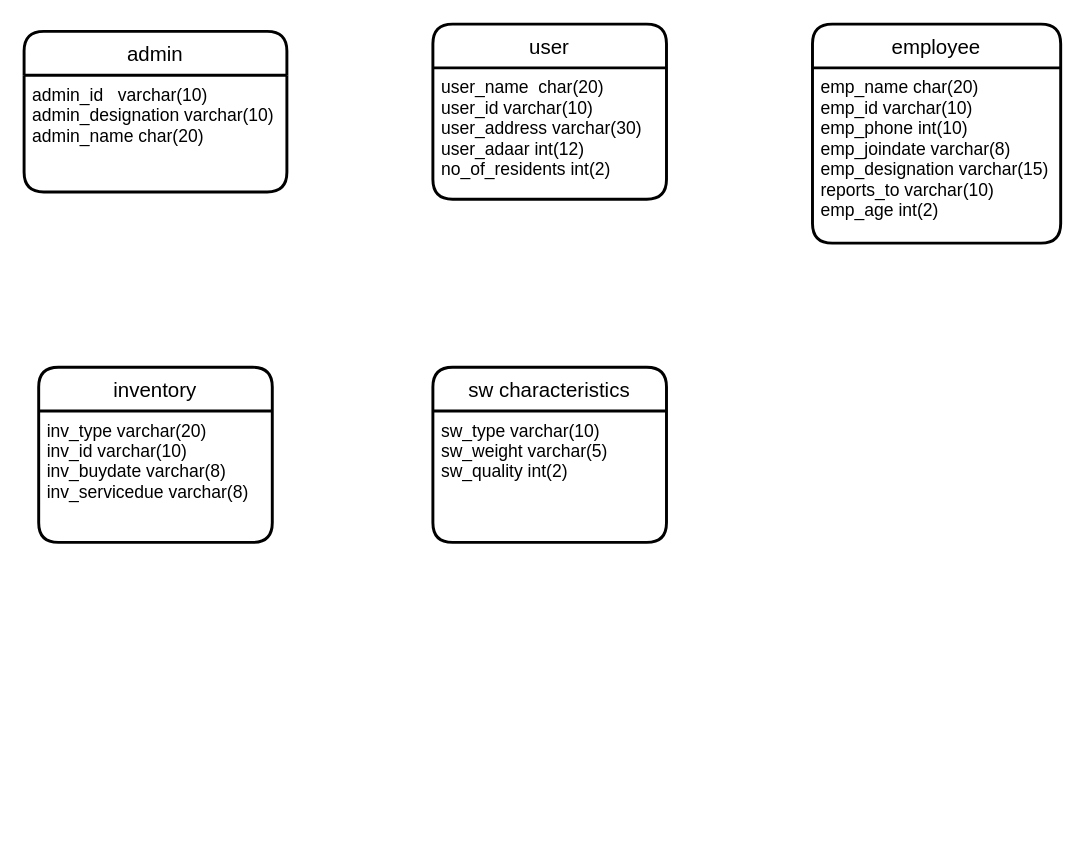
Above: page "Page-2" (2 of 2) of Untitled Diagram.drawio in rahulb275/rahulb275 (draw.io), before the change. Source tidied: cells renumbered, new cells numbered last; positions are measured from the earlier drawing's top-left corner, leaving out a move shared by most shapes. Both pictures are drawn from the tidied source at 146%, with x=0, y=0 at pixel (23, 23).
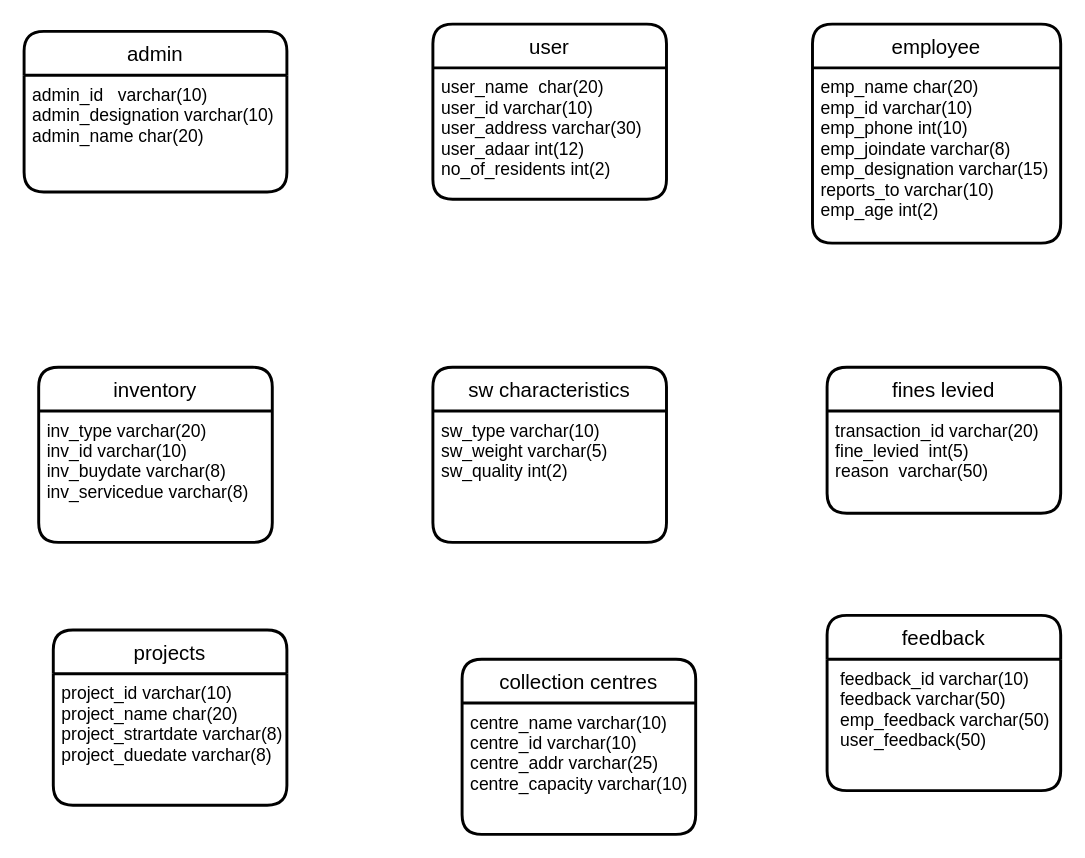
The same diagram, later.

Commit message (it also covers changes not shown here):
dbms schema

The edit, as a diff of the source:
```diff
@@
 <mxGraphModel>
   <root>
     <mxCell id="0" />
     <mxCell id="1" parent="0" />
     <mxCell id="2" value="admin" style="swimlane;horizontal=1;startSize=30;rounded=1;fontSize=14;fontStyle=0;strokeWidth=2;shadow=0;dashed=0;align=center;" parent="1" vertex="1">
       <mxGeometry y="5" width="180" height="110" as="geometry" />
     </mxCell>
     <mxCell id="3" value="admin_id   varchar(10)&#10;admin_designation varchar(10)&#10;admin_name char(20)&#10;" style="align=left;strokeColor=none;fillColor=none;spacingLeft=4;fontSize=12;verticalAlign=top;" parent="2" vertex="1">
       <mxGeometry y="30" width="180" height="80" as="geometry" />
     </mxCell>
     <mxCell id="4" value="user" style="swimlane;horizontal=1;startSize=30;rounded=1;fontSize=14;fontStyle=0;strokeWidth=2;shadow=0;dashed=0;align=center;" parent="1" vertex="1">
       <mxGeometry x="280" width="160" height="120" as="geometry" />
     </mxCell>
     <mxCell id="5" value="user_name  char(20)&#10;user_id varchar(10)&#10;user_address varchar(30)&#10;user_adaar int(12)&#10;no_of_residents int(2)" style="align=left;strokeColor=none;fillColor=none;spacingLeft=4;fontSize=12;verticalAlign=top;" parent="4" vertex="1">
       <mxGeometry y="30" width="160" height="90" as="geometry" />
     </mxCell>
     <mxCell id="6" value="employee" style="swimlane;horizontal=1;startSize=30;rounded=1;fontSize=14;fontStyle=0;strokeWidth=2;shadow=0;dashed=0;align=center;" parent="1" vertex="1">
       <mxGeometry x="540" width="170" height="150" as="geometry" />
     </mxCell>
     <mxCell id="7" value="emp_name char(20)&#10;emp_id varchar(10)&#10;emp_phone int(10)&#10;emp_joindate varchar(8)&#10;emp_designation varchar(15)&#10;reports_to varchar(10)&#10;emp_age int(2)&#10;" style="align=left;strokeColor=none;fillColor=none;spacingLeft=4;fontSize=12;verticalAlign=top;" parent="6" vertex="1">
       <mxGeometry y="30" width="170" height="120" as="geometry" />
     </mxCell>
     <mxCell id="8" value="inventory" style="swimlane;horizontal=1;startSize=30;rounded=1;fontSize=14;fontStyle=0;strokeWidth=2;shadow=0;dashed=0;align=center;" parent="1" vertex="1">
       <mxGeometry x="10" y="235" width="160" height="120" as="geometry" />
     </mxCell>
     <mxCell id="9" value="inv_type varchar(20)&#10;inv_id varchar(10)&#10;inv_buydate varchar(8)&#10;inv_servicedue varchar(8)" style="align=left;strokeColor=none;fillColor=none;spacingLeft=4;fontSize=12;verticalAlign=top;" parent="8" vertex="1">
       <mxGeometry y="30" width="160" height="90" as="geometry" />
     </mxCell>
     <mxCell id="10" value="sw characteristics" style="swimlane;horizontal=1;startSize=30;rounded=1;fontSize=14;fontStyle=0;strokeWidth=2;shadow=0;dashed=0;align=center;" parent="1" vertex="1">
       <mxGeometry x="280" y="235" width="160" height="120" as="geometry" />
     </mxCell>
     <mxCell id="11" value="sw_type varchar(10)&#10;sw_weight varchar(5)&#10;sw_quality int(2)&#10;" style="align=left;strokeColor=none;fillColor=none;spacingLeft=4;fontSize=12;verticalAlign=top;" parent="10" vertex="1">
       <mxGeometry y="30" width="160" height="90" as="geometry" />
     </mxCell>
+    <mxCell id="12" value="fines levied" style="swimlane;horizontal=1;startSize=30;rounded=1;fontSize=14;fontStyle=0;strokeWidth=2;shadow=0;dashed=0;align=center;" parent="1" vertex="1">
+      <mxGeometry x="550" y="235" width="160" height="100" as="geometry" />
+    </mxCell>
+    <mxCell id="13" value="transaction_id varchar(20)&#10;fine_levied  int(5)&#10;reason  varchar(50)" style="align=left;strokeColor=none;fillColor=none;spacingLeft=4;fontSize=12;verticalAlign=top;" parent="12" vertex="1">
+      <mxGeometry y="30" width="160" height="70" as="geometry" />
+    </mxCell>
+    <mxCell id="14" value="projects" style="swimlane;horizontal=1;startSize=30;rounded=1;fontSize=14;fontStyle=0;strokeWidth=2;shadow=0;dashed=0;align=center;" parent="1" vertex="1">
+      <mxGeometry x="20" y="415" width="160" height="120" as="geometry" />
+    </mxCell>
+    <mxCell id="15" value="project_id varchar(10)&#10;project_name char(20)&#10;project_strartdate varchar(8)&#10;project_duedate varchar(8)" style="align=left;strokeColor=none;fillColor=none;spacingLeft=4;fontSize=12;verticalAlign=top;" parent="14" vertex="1">
+      <mxGeometry y="30" width="160" height="90" as="geometry" />
+    </mxCell>
+    <mxCell id="16" value="collection centres" style="swimlane;horizontal=1;startSize=30;rounded=1;fontSize=14;fontStyle=0;strokeWidth=2;shadow=0;dashed=0;align=center;" parent="1" vertex="1">
+      <mxGeometry x="300" y="435" width="160" height="120" as="geometry" />
+    </mxCell>
+    <mxCell id="17" value="centre_name varchar(10)&#10;centre_id varchar(10)&#10;centre_addr varchar(25)&#10;centre_capacity varchar(10)" style="align=left;strokeColor=none;fillColor=none;spacingLeft=4;fontSize=12;verticalAlign=top;" parent="16" vertex="1">
+      <mxGeometry y="30" width="160" height="90" as="geometry" />
+    </mxCell>
+    <mxCell id="18" value="feedback" style="swimlane;horizontal=1;startSize=30;rounded=1;fontSize=14;fontStyle=0;strokeWidth=2;shadow=0;dashed=0;align=center;" parent="1" vertex="1">
+      <mxGeometry x="550" y="405" width="160" height="120" as="geometry" />
+    </mxCell>
+    <mxCell id="19" value=" feedback_id varchar(10)&#10; feedback varchar(50)&#10; emp_feedback varchar(50)&#10; user_feedback(50)" style="align=left;strokeColor=none;fillColor=none;spacingLeft=4;fontSize=12;verticalAlign=top;" parent="18" vertex="1">
+      <mxGeometry y="30" width="160" height="90" as="geometry" />
+    </mxCell>
   </root>
 </mxGraphModel>
```
